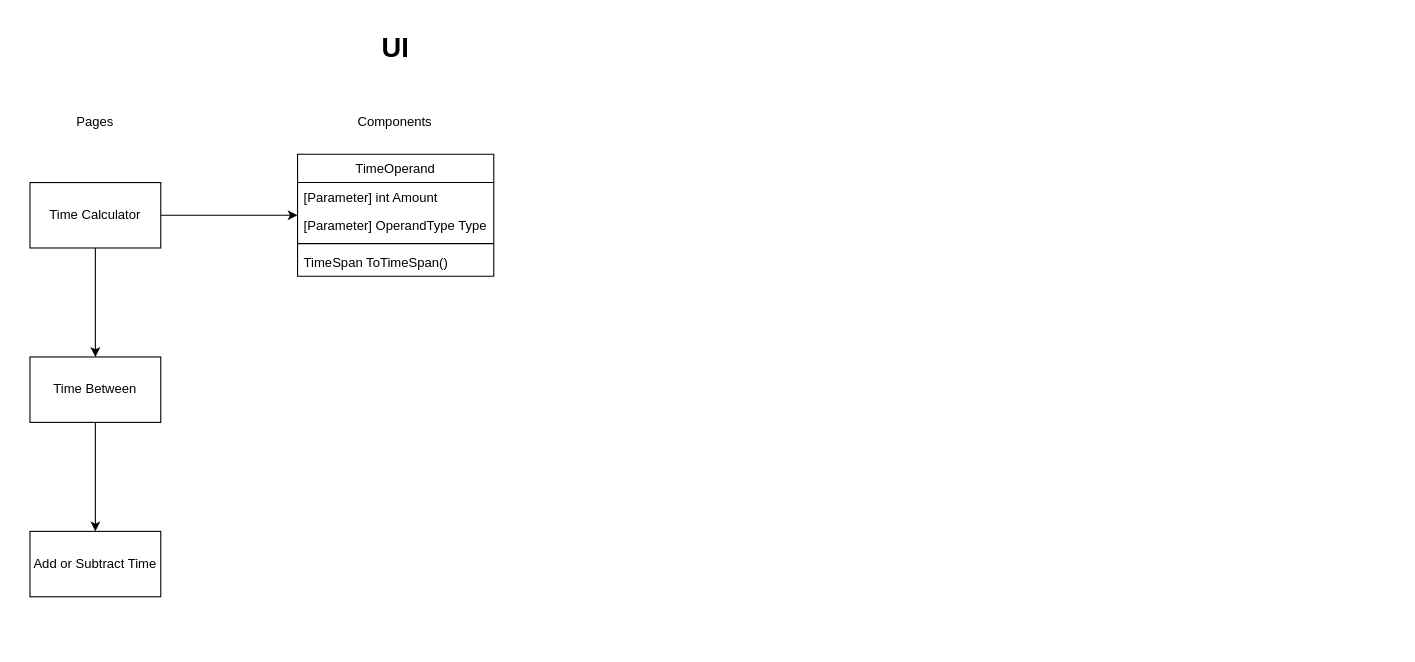
Before: Diagram.drawio in Polarts/BlazingTimeCalculator, a draw.io diagram. Source tidied: cells renumbered, new cells numbered last; positions are measured from the earlier drawing's top-left corner, leaving out a move shared by most shapes. Both pictures are drawn from the tidied source at 109%, with x=0, y=0 at pixel (29, 19).
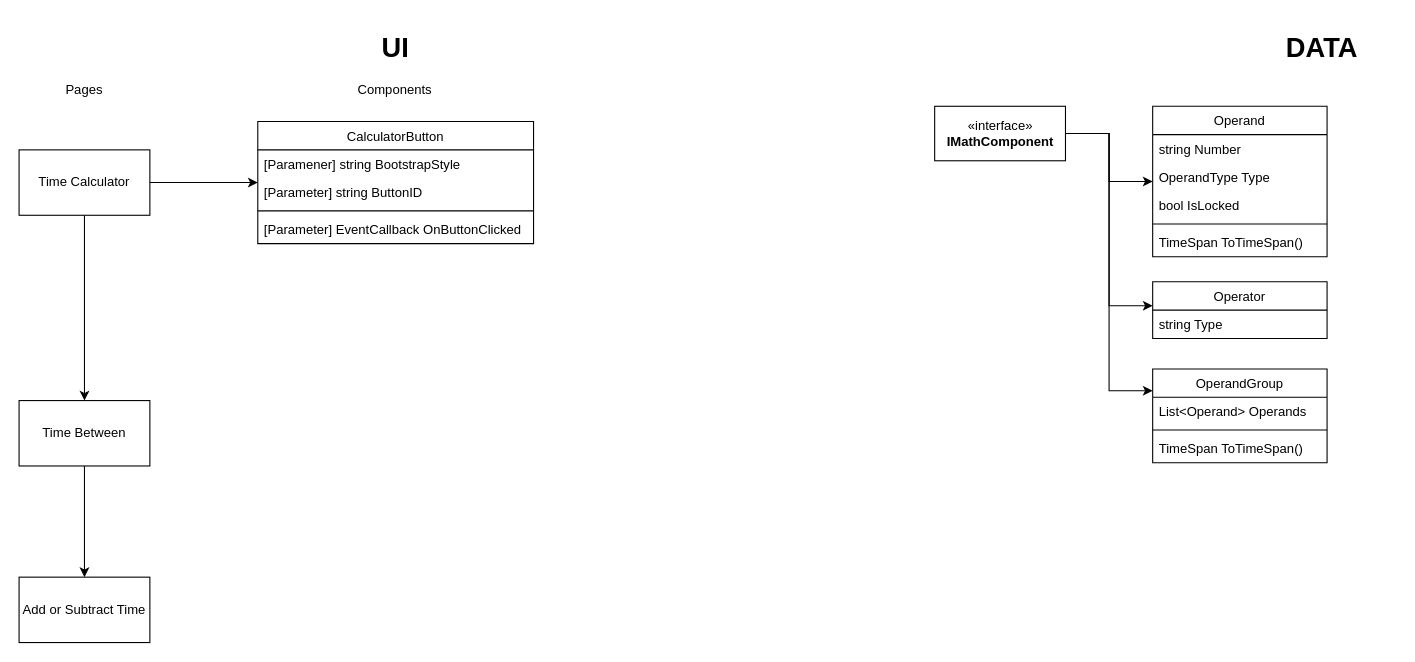
The same page after the edit.

What changed in the source:
```diff
@@
-    <mxCell id="3" style="edgeStyle=orthogonalEdgeStyle;rounded=0;jettySize=auto;html=1;fontSize=12;" parent="1" edge="1" source="5" target="11">
-      <mxGeometry relative="1" as="geometry" />
-    </mxCell>
@@
+    <mxCell id="16" style="edgeStyle=orthogonalEdgeStyle;rounded=0;jettySize=auto;html=1;" parent="1" edge="1" source="5" target="30">
+      <mxGeometry relative="1" as="geometry" />
+    </mxCell>
     <mxCell id="5" value="Time Calculator" style="rounded=0;whiteSpace=wrap;html=1;fontSize=12;" parent="1" vertex="1">
-      <mxGeometry y="150" width="120" height="60" as="geometry" />
+      <mxGeometry x="-10" y="120" width="120" height="60" as="geometry" />
     </mxCell>
     <mxCell id="6" value="Pages" style="text;html=1;strokeColor=none;fillColor=none;align=center;verticalAlign=middle;whiteSpace=wrap;rounded=0;fontSize=12;" parent="1" vertex="1">
-      <mxGeometry x="30" y="80" width="60" height="30" as="geometry" />
+      <mxGeometry x="20" y="50" width="60" height="30" as="geometry" />
     </mxCell>
@@
     <mxCell id="8" value="Time Between" style="rounded=0;whiteSpace=wrap;html=1;fontSize=12;" parent="1" vertex="1">
-      <mxGeometry y="310" width="120" height="60" as="geometry" />
+      <mxGeometry x="-10" y="350" width="120" height="60" as="geometry" />
     </mxCell>
     <mxCell id="9" value="Add or Subtract Time" style="rounded=0;whiteSpace=wrap;html=1;fontSize=12;" parent="1" vertex="1">
-      <mxGeometry y="470" width="120" height="60" as="geometry" />
+      <mxGeometry x="-10" y="512" width="120" height="60" as="geometry" />
     </mxCell>
     <mxCell id="10" value="Components" style="text;html=1;strokeColor=none;fillColor=none;align=center;verticalAlign=middle;whiteSpace=wrap;rounded=0;fontSize=12;" parent="1" vertex="1">
-      <mxGeometry x="290" y="80" width="90" height="30" as="geometry" />
+      <mxGeometry x="290" y="50" width="90" height="30" as="geometry" />
     </mxCell>
-    <mxCell id="11" value="TimeOperand" style="swimlane;fontStyle=0;horizontal=1;startSize=26;fillColor=none;fontSize=12;" parent="1" vertex="1">
-      <mxGeometry x="245.5" y="124" width="180" height="112" as="geometry" />
-    </mxCell>
-    <mxCell id="12" value="[Parameter] int Amount" style="text;strokeColor=none;fillColor=none;align=left;verticalAlign=top;spacingLeft=4;spacingRight=4;overflow=hidden;fontSize=12;" parent="11" vertex="1">
-      <mxGeometry y="26" width="180" height="26" as="geometry" />
-    </mxCell>
-    <mxCell id="13" value="[Parameter] OperandType Type" style="text;strokeColor=none;fillColor=none;align=left;verticalAlign=top;spacingLeft=4;spacingRight=4;overflow=hidden;fontSize=12;" parent="11" vertex="1">
-      <mxGeometry y="52" width="180" height="26" as="geometry" />
-    </mxCell>
-    <mxCell id="14" style="line;strokeWidth=1;fillColor=none;align=left;verticalAlign=middle;spacingTop=-1;spacingLeft=3;spacingRight=3;labelPosition=right;fontSize=12;" parent="11" vertex="1">
-      <mxGeometry y="78" width="180" height="8" as="geometry" />
-    </mxCell>
-    <mxCell id="15" value="TimeSpan ToTimeSpan()" style="text;strokeColor=none;fillColor=none;align=left;verticalAlign=top;spacingLeft=4;spacingRight=4;overflow=hidden;fontSize=12;" parent="11" vertex="1">
-      <mxGeometry y="86" width="180" height="26" as="geometry" />
-    </mxCell>
+    <mxCell id="17" value="Operand" style="swimlane;fontStyle=0;horizontal=1;startSize=26;fillColor=none;fontSize=12;" parent="1" vertex="1">
+      <mxGeometry x="1030" y="80" width="160" height="138" as="geometry" />
+    </mxCell>
+    <mxCell id="18" value="string Number" style="text;strokeColor=none;fillColor=none;align=left;verticalAlign=top;spacingLeft=4;spacingRight=4;overflow=hidden;fontSize=12;" parent="17" vertex="1">
+      <mxGeometry y="26" width="160" height="26" as="geometry" />
+    </mxCell>
+    <mxCell id="19" value="OperandType Type" style="text;strokeColor=none;fillColor=none;align=left;verticalAlign=top;spacingLeft=4;spacingRight=4;overflow=hidden;fontSize=12;" parent="17" vertex="1">
+      <mxGeometry y="52" width="160" height="26" as="geometry" />
+    </mxCell>
+    <mxCell id="20" value="bool IsLocked" style="text;strokeColor=none;fillColor=none;align=left;verticalAlign=top;spacingLeft=4;spacingRight=4;overflow=hidden;fontSize=12;" parent="17" vertex="1">
+      <mxGeometry y="78" width="160" height="26" as="geometry" />
+    </mxCell>
+    <mxCell id="21" style="line;strokeWidth=1;fillColor=none;align=left;verticalAlign=middle;spacingTop=-1;spacingLeft=3;spacingRight=3;labelPosition=right;fontSize=12;" parent="17" vertex="1">
+      <mxGeometry y="104" width="160" height="8" as="geometry" />
+    </mxCell>
+    <mxCell id="22" value="TimeSpan ToTimeSpan()" style="text;strokeColor=none;fillColor=none;align=left;verticalAlign=top;spacingLeft=4;spacingRight=4;overflow=hidden;fontSize=12;" parent="17" vertex="1">
+      <mxGeometry y="112" width="160" height="26" as="geometry" />
+    </mxCell>
+    <mxCell id="23" value="&lt;b&gt;&lt;font style=&quot;font-size: 25px&quot;&gt;DATA&lt;/font&gt;&lt;/b&gt;" style="text;html=1;strokeColor=none;fillColor=none;align=center;verticalAlign=middle;whiteSpace=wrap;rounded=0;" parent="1" vertex="1">
+      <mxGeometry x="1118" width="135" height="50" as="geometry" />
+    </mxCell>
+    <mxCell id="24" style="edgeStyle=orthogonalEdgeStyle;rounded=0;jettySize=auto;html=1;" parent="1" edge="1" source="27" target="17">
+      <mxGeometry relative="1" as="geometry" />
+    </mxCell>
+    <mxCell id="25" style="edgeStyle=orthogonalEdgeStyle;rounded=0;jettySize=auto;html=1;" parent="1" edge="1" source="27" target="28">
+      <mxGeometry relative="1" as="geometry">
+        <Array as="points">
+          <mxPoint x="990" y="105" />
+          <mxPoint x="990" y="263" />
+        </Array>
+      </mxGeometry>
+    </mxCell>
+    <mxCell id="26" style="edgeStyle=orthogonalEdgeStyle;rounded=0;jettySize=auto;html=1;" parent="1" edge="1" source="27" target="35">
+      <mxGeometry relative="1" as="geometry">
+        <Array as="points">
+          <mxPoint x="990" y="105" />
+          <mxPoint x="990" y="341" />
+        </Array>
+      </mxGeometry>
+    </mxCell>
+    <mxCell id="27" value="«interface»&lt;br&gt;&lt;b&gt;IMathComponent&lt;/b&gt;" style="html=1;" parent="1" vertex="1">
+      <mxGeometry x="830" y="80" width="120" height="50" as="geometry" />
+    </mxCell>
+    <mxCell id="28" value="Operator" style="swimlane;fontStyle=0;horizontal=1;startSize=26;fillColor=none;fontSize=12;" parent="1" vertex="1">
+      <mxGeometry x="1030" y="241" width="160" height="52" as="geometry" />
+    </mxCell>
+    <mxCell id="29" value="string Type" style="text;strokeColor=none;fillColor=none;align=left;verticalAlign=top;spacingLeft=4;spacingRight=4;overflow=hidden;fontSize=12;" parent="28" vertex="1">
+      <mxGeometry y="26" width="160" height="26" as="geometry" />
+    </mxCell>
+    <mxCell id="30" value="CalculatorButton" style="swimlane;fontStyle=0;horizontal=1;startSize=26;fillColor=none;" parent="1" vertex="1">
+      <mxGeometry x="209" y="94" width="253" height="112" as="geometry" />
+    </mxCell>
+    <mxCell id="31" value="[Paramener] string BootstrapStyle" style="text;strokeColor=none;fillColor=none;align=left;verticalAlign=top;spacingLeft=4;spacingRight=4;overflow=hidden;" parent="30" vertex="1">
+      <mxGeometry y="26" width="253" height="26" as="geometry" />
+    </mxCell>
+    <mxCell id="32" value="[Parameter] string ButtonID" style="text;strokeColor=none;fillColor=none;align=left;verticalAlign=top;spacingLeft=4;spacingRight=4;overflow=hidden;" parent="30" vertex="1">
+      <mxGeometry y="52" width="253" height="26" as="geometry" />
+    </mxCell>
+    <mxCell id="33" style="line;strokeWidth=1;fillColor=none;align=left;verticalAlign=middle;spacingTop=-1;spacingLeft=3;spacingRight=3;labelPosition=right;" parent="30" vertex="1">
+      <mxGeometry y="78" width="253" height="8" as="geometry" />
+    </mxCell>
+    <mxCell id="34" value="[Parameter] EventCallback OnButtonClicked" style="text;strokeColor=none;fillColor=none;align=left;verticalAlign=top;spacingLeft=4;spacingRight=4;overflow=hidden;" parent="30" vertex="1">
+      <mxGeometry y="86" width="253" height="26" as="geometry" />
+    </mxCell>
+    <mxCell id="35" value="OperandGroup" style="swimlane;fontStyle=0;horizontal=1;startSize=26;fillColor=none;fontSize=12;" parent="1" vertex="1">
+      <mxGeometry x="1030" y="321" width="160" height="86" as="geometry" />
+    </mxCell>
+    <mxCell id="36" value="List&lt;Operand&gt; Operands" style="text;strokeColor=none;fillColor=none;align=left;verticalAlign=top;spacingLeft=4;spacingRight=4;overflow=hidden;fontSize=12;" parent="35" vertex="1">
+      <mxGeometry y="26" width="160" height="26" as="geometry" />
+    </mxCell>
+    <mxCell id="37" style="line;strokeWidth=1;fillColor=none;align=left;verticalAlign=middle;spacingTop=-1;spacingLeft=3;spacingRight=3;labelPosition=right;fontSize=12;" parent="35" vertex="1">
+      <mxGeometry y="52" width="160" height="8" as="geometry" />
+    </mxCell>
+    <mxCell id="38" value="TimeSpan ToTimeSpan()" style="text;strokeColor=none;fillColor=none;align=left;verticalAlign=top;spacingLeft=4;spacingRight=4;overflow=hidden;fontSize=12;" parent="35" vertex="1">
+      <mxGeometry y="60" width="160" height="26" as="geometry" />
+    </mxCell>
```
